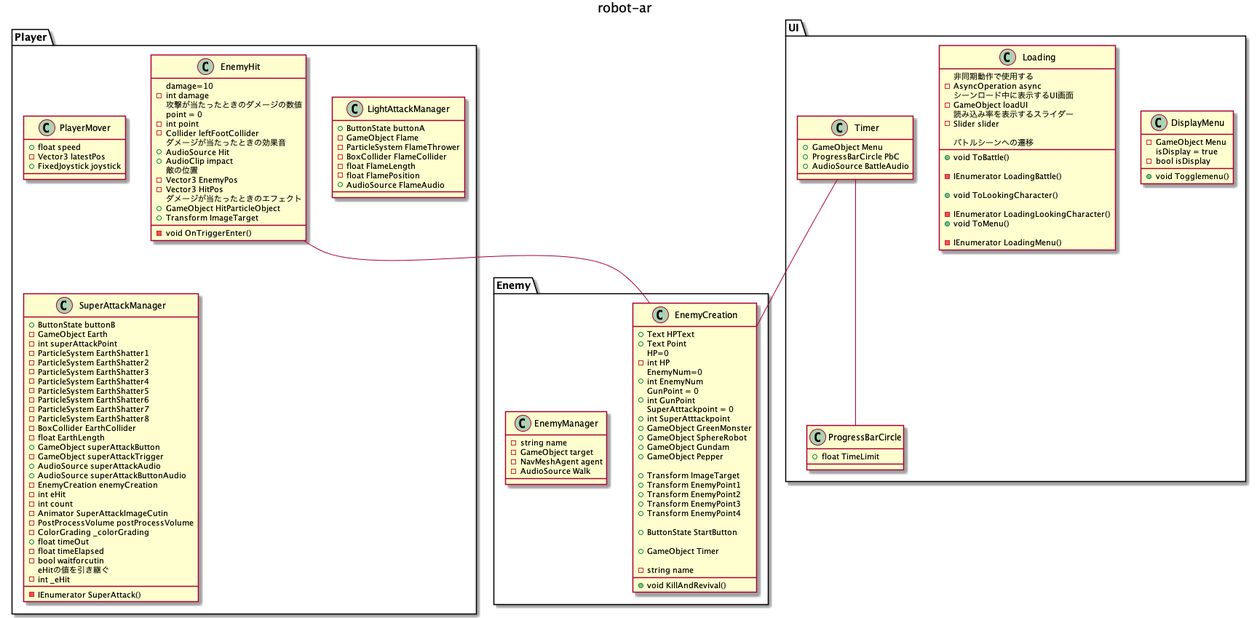
masaki11111/robot-ar keeps this PlantUML diagram as plantuml/uml/robot-ar.png. Above is the earlier version.
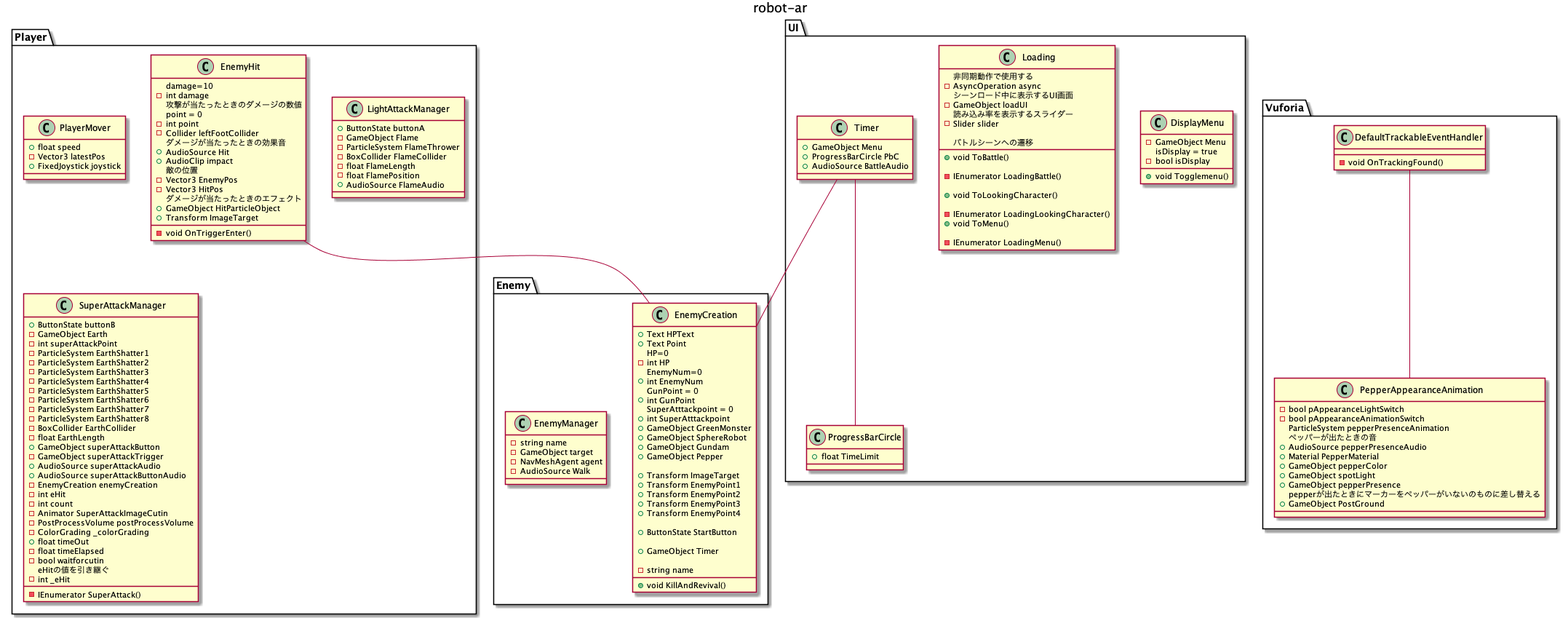
Above is the later version.

Diff of the diagram source:
```diff
@@ -153,13 +153,38 @@
         + float TimeLimit
     }
     class Timer{
-    + GameObject Menu
-	+ ProgressBarCircle PbC
-	+ AudioSource BattleAudio
+        + GameObject Menu
+        + ProgressBarCircle PbC
+        + AudioSource BattleAudio
     }
+
 }
+package Vuforia{
+    class  DefaultTrackableEventHandler{
+        - void OnTrackingFound()
+    }
+
+    class PepperAppearanceAnimation{
+        - bool pAppearanceLightSwitch
+        - bool pAppearanceAnimationSwitch
+        ParticleSystem pepperPresenceAnimation
+        ペッパーが出たときの音
+        + AudioSource pepperPresenceAudio
+        + Material PepperMaterial
+        + GameObject pepperColor
+        + GameObject spotLight
+        + GameObject pepperPresence
+        pepperが出たときにマーカーをペッパーがいないのものに差し替える
+        + GameObject PostGround
+    }
+
+}
+
 
 EnemyHit -- EnemyCreation
 Timer -- ProgressBarCircle
 Timer -- EnemyCreation
+DefaultTrackableEventHandler -- PepperAppearanceAnimation
+
+
 @enduml
```
